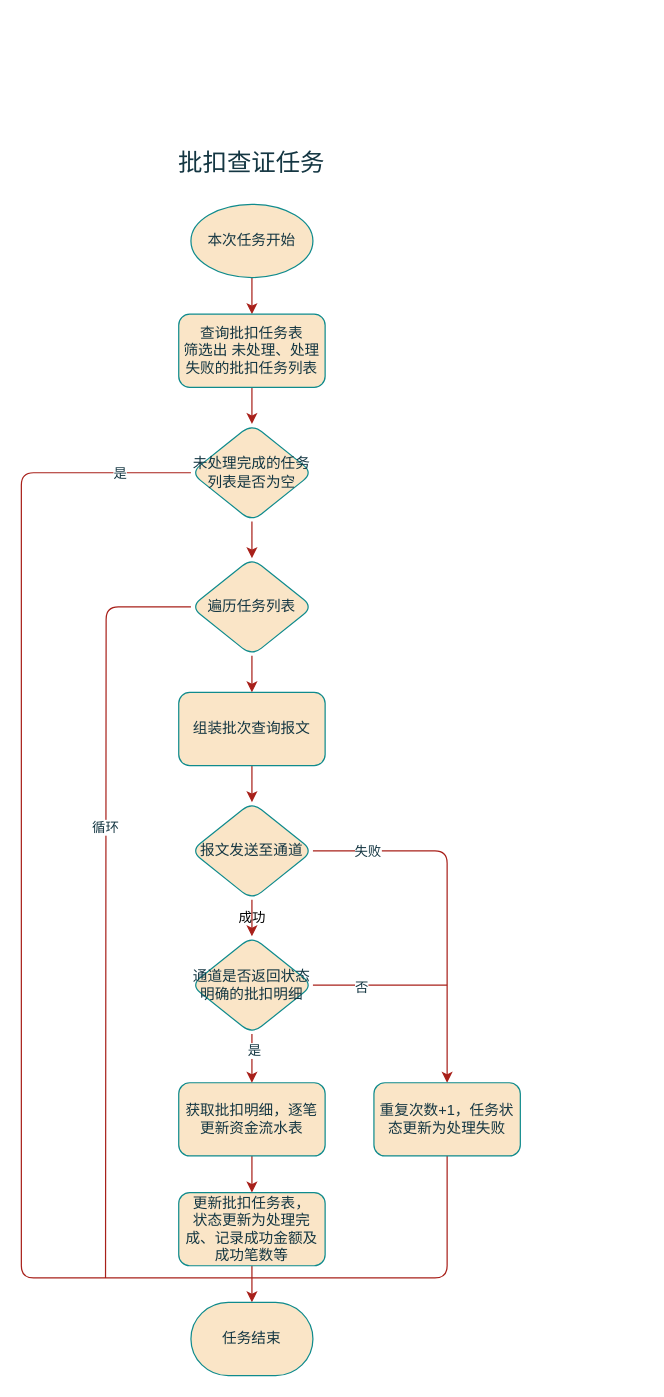
Earlier version of the draw.io diagram page "批扣查证任务" (6 of 10) of 代收服务.drawio (gaofv/draw). Source tidied: cells renumbered, new cells numbered last; positions are measured from the earlier drawing's top-left corner, leaving out a move shared by most shapes. Both pictures are drawn from the tidied source at 122%, with x=0, y=0 at pixel (21, 143).
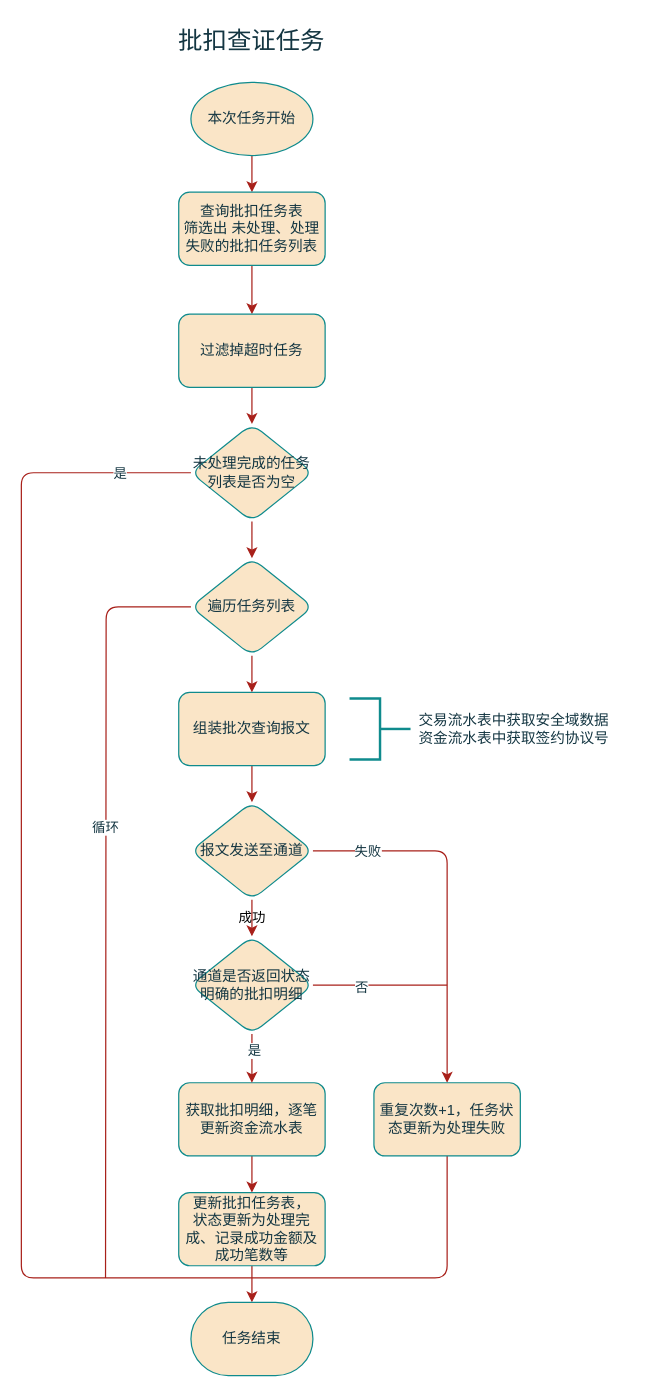
The same page after the edit.

Unchanged cells that the change refers to:
```xml
<mxCell id="28" value="未处理完成的任务列表是否为空" style="rhombus;whiteSpace=wrap;html=1;strokeWidth=1;labelBackgroundColor=none;rounded=1;labelBorderColor=none;fillColor=#FAE5C7;strokeColor=#0F8B8D;fontColor=#143642;" parent="1" vertex="1">
  <mxGeometry x="139" y="230" width="100" height="80" as="geometry" />
</mxCell>
```

Diff of the diagram source:
```diff
@@
     <mxCell id="2" value="批扣查证任务" style="text;html=1;strokeColor=none;fillColor=none;align=center;verticalAlign=middle;whiteSpace=wrap;rounded=1;fontSize=20;labelBackgroundColor=none;labelBorderColor=none;fontColor=#143642;" parent="1" vertex="1">
-      <mxGeometry x="79" width="220" height="30" as="geometry" />
+      <mxGeometry x="79" y="-100" width="220" height="30" as="geometry" />
     </mxCell>
@@
     <mxCell id="4" value="本次任务开始" style="strokeWidth=1;html=1;shape=mxgraph.flowchart.start_1;whiteSpace=wrap;labelBackgroundColor=none;rounded=1;labelBorderColor=none;fillColor=#FAE5C7;strokeColor=#0F8B8D;fontColor=#143642;" parent="1" vertex="1">
-      <mxGeometry x="139" y="50" width="100" height="60" as="geometry" />
+      <mxGeometry x="139" y="-50" width="100" height="60" as="geometry" />
     </mxCell>
-    <mxCell id="5" style="edgeStyle=orthogonalEdgeStyle;rounded=1;jettySize=auto;html=1;labelBackgroundColor=none;labelBorderColor=none;fontColor=default;strokeColor=#A8201A;" parent="1" edge="1" source="6">
-      <mxGeometry relative="1" as="geometry">
-        <mxPoint x="189" y="230" as="targetPoint" />
-      </mxGeometry>
-    </mxCell>
+    <mxCell id="32" style="edgeStyle=orthogonalEdgeStyle;rounded=0;jettySize=auto;html=1;strokeColor=#A8201A;fontColor=#143642;fillColor=#FAE5C7;" parent="1" edge="1" source="6" target="34">
+      <mxGeometry relative="1" as="geometry" />
+    </mxCell>
     <mxCell id="6" value="查询批扣任务表&lt;br&gt;筛选出 未处理、处理失败的批扣任务列表" style="whiteSpace=wrap;html=1;strokeWidth=1;labelBackgroundColor=none;rounded=1;labelBorderColor=none;fillColor=#FAE5C7;strokeColor=#0F8B8D;fontColor=#143642;" parent="1" vertex="1">
-      <mxGeometry x="129" y="140" width="120" height="60" as="geometry" />
+      <mxGeometry x="129" y="40" width="120" height="60" as="geometry" />
     </mxCell>
@@
+    <mxCell id="33" style="edgeStyle=orthogonalEdgeStyle;rounded=0;jettySize=auto;html=1;strokeColor=#A8201A;fontColor=#143642;fillColor=#FAE5C7;" parent="1" edge="1" source="34" target="28">
+      <mxGeometry relative="1" as="geometry" />
+    </mxCell>
+    <mxCell id="34" value="过滤掉超时任务" style="whiteSpace=wrap;html=1;fillColor=#FAE5C7;strokeColor=#0F8B8D;fontColor=#143642;strokeWidth=1;labelBackgroundColor=none;rounded=1;labelBorderColor=none;" parent="1" vertex="1">
+      <mxGeometry x="129" y="140" width="120" height="60" as="geometry" />
+    </mxCell>
+    <mxCell id="35" style="strokeWidth=2;html=1;shape=mxgraph.flowchart.annotation_2;align=left;labelPosition=right;strokeColor=#0F8B8D;fontColor=#143642;fillColor=#FAE5C7;direction=west;" parent="1" vertex="1">
+      <mxGeometry x="269" y="455" width="50" height="50" as="geometry" />
+    </mxCell>
+    <mxCell id="36" value="交易流水表中获取安全域数据&lt;br&gt;资金流水表中获取签约协议号" style="text;html=1;strokeColor=none;fillColor=none;align=center;verticalAlign=middle;whiteSpace=wrap;rounded=0;fontColor=#143642;" parent="1" vertex="1">
+      <mxGeometry x="299" y="465" width="210" height="30" as="geometry" />
+    </mxCell>
```
